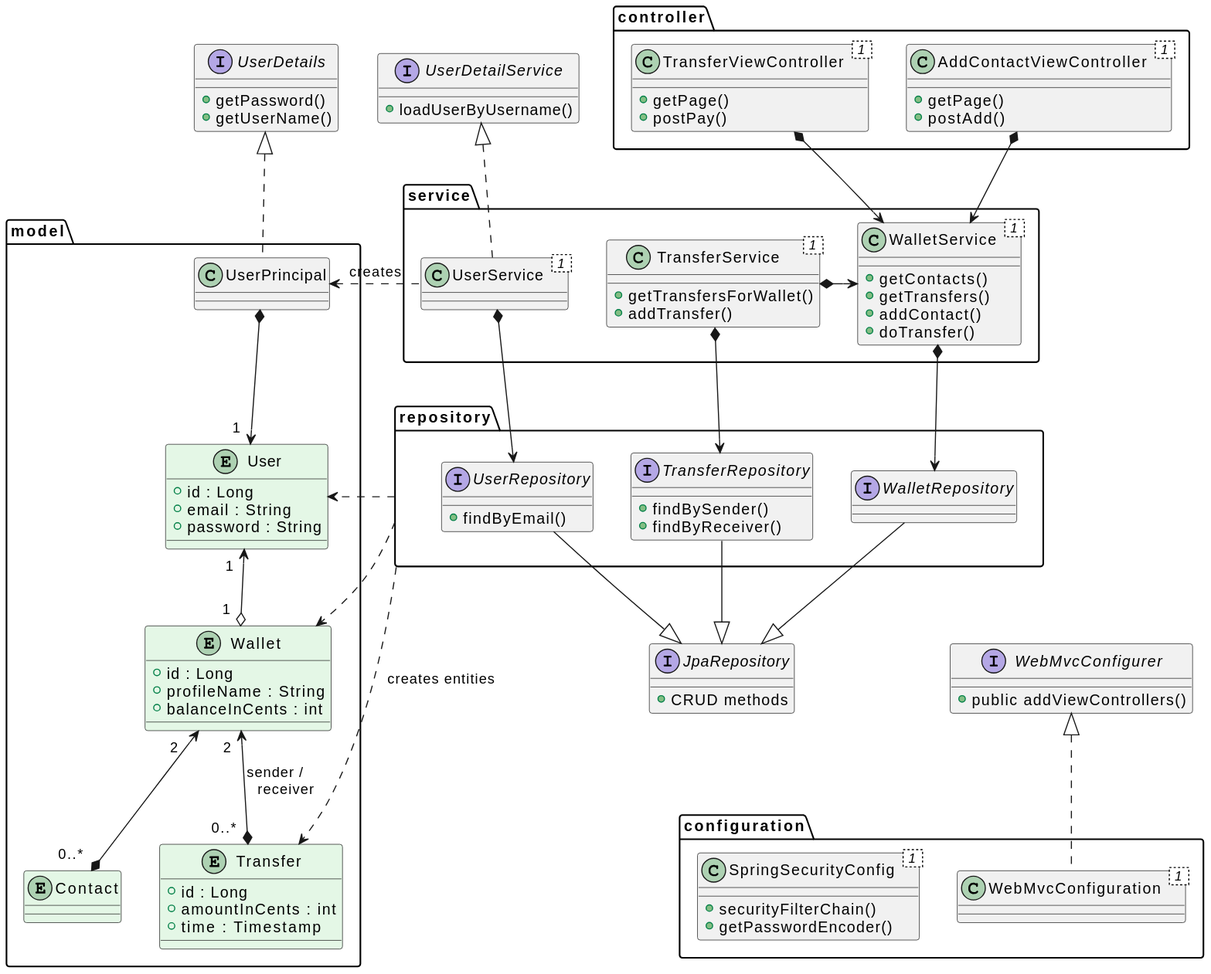
The PlantUML diagram docs/classes.uml.svg in raranguren/p6-paymybuddy, before a commit.
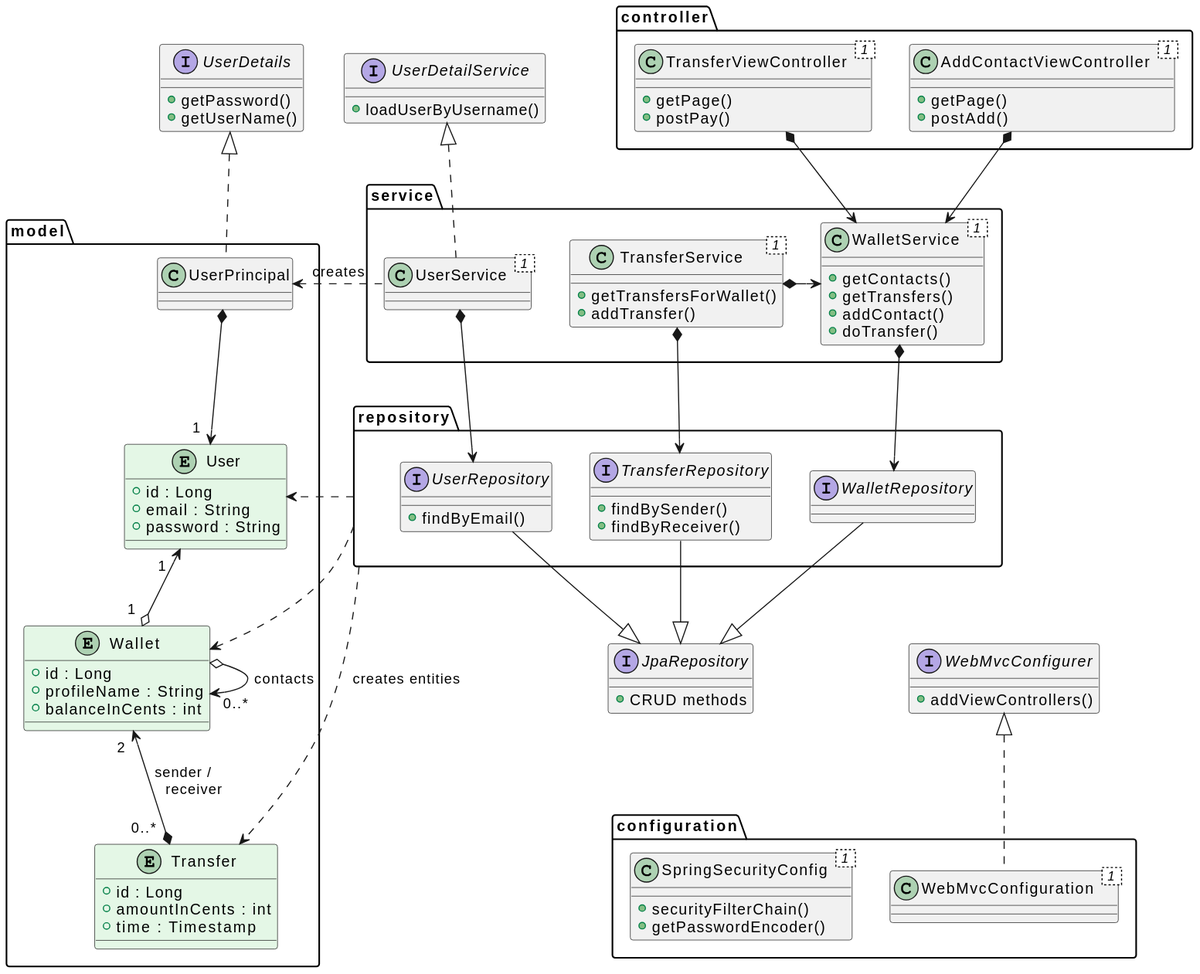
The same file after the commit.

Commit message:
Updated UML to show that contacts is a self reference for the entity "Wallet"

Diff of the diagram source:
```diff
@@ -7,7 +7,7 @@
   +loadUserByUsername()
 }
 interface WebMvcConfigurer {
-  +public addViewControllers()
+  +addViewControllers()
 }
 interface JpaRepository {
   +{method} CRUD methods
@@ -64,9 +64,6 @@
     +balanceInCents : int
   }
 
-  entity Contact #e4f7e6 {
-  }
-
   entity Transfer #e4f7e6 {
     +id : Long
     +amountInCents : int
@@ -94,7 +91,7 @@
 UserPrincipal " " *--> "1  " User
 User "1  " <--o "1  " Wallet
 Wallet "2  " <--* " 0..*  " Transfer : sender /    \n receiver
-Wallet "2   " <--* " 0..*  " Contact
+Wallet o-> " 0..*  " Wallet : contacts
 UserService *--> UserRepository
 WalletService *--> WalletRepository
 TransferService *--> TransferRepository
```
